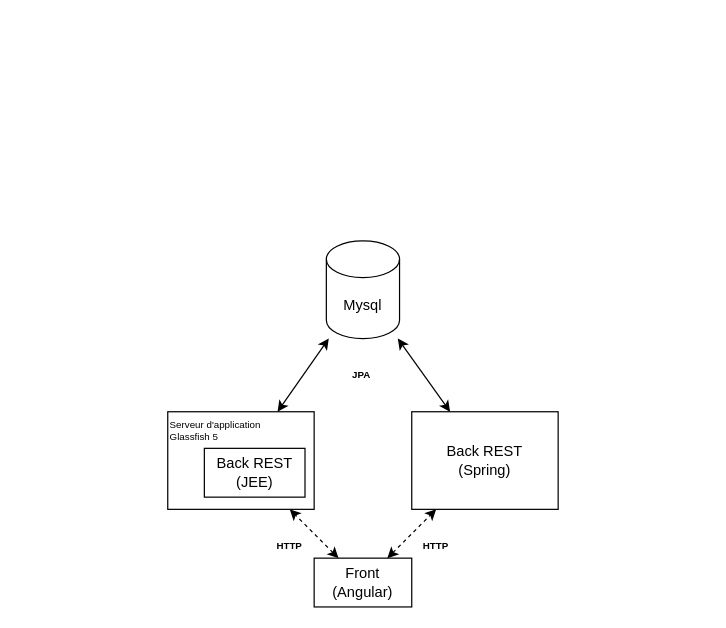
Above: doc/conception/global_architecture.drawio in Reynault/Auction-JEE (draw.io), before the change. Source tidied: cells renumbered, new cells numbered last; positions are measured from the earlier drawing's top-left corner, leaving out a move shared by most shapes. Both pictures are drawn from the tidied source at 122%, with x=0, y=0 at pixel (167, 240).
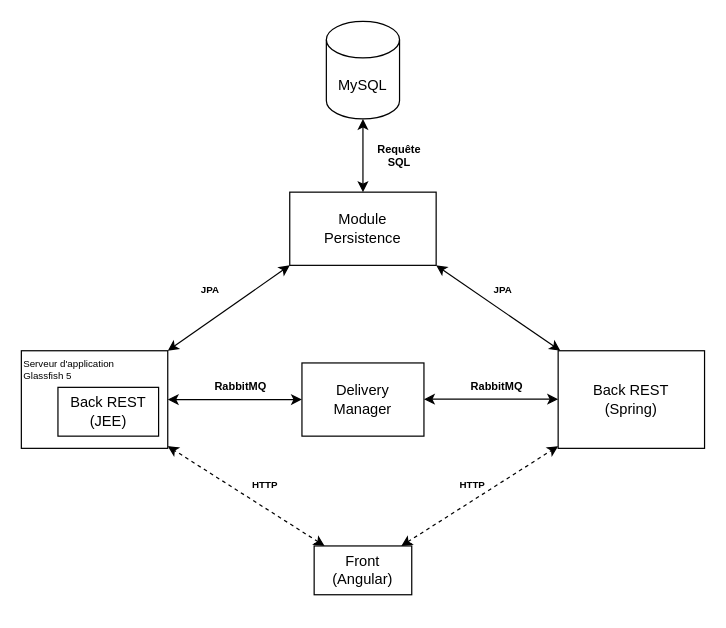
The same page after the edit.

The edit, as a diff of the source:
```diff
@@
     <mxCell id="2" value="Front&lt;br&gt;(Angular)" style="rounded=0;whiteSpace=wrap;html=1;" parent="1" vertex="1">
-      <mxGeometry x="120" y="260" width="80" height="40" as="geometry" />
+      <mxGeometry x="120" y="250" width="80" height="40" as="geometry" />
     </mxCell>
     <mxCell id="3" value="Back REST&lt;br&gt;(Spring)" style="rounded=0;whiteSpace=wrap;html=1;" parent="1" vertex="1">
-      <mxGeometry x="200" y="140" width="120" height="80" as="geometry" />
+      <mxGeometry x="320" y="90" width="120" height="80" as="geometry" />
     </mxCell>
@@
-    <mxCell id="5" value="Mysql" style="shape=cylinder3;whiteSpace=wrap;html=1;boundedLbl=1;backgroundOutline=1;size=15;" parent="1" vertex="1">
-      <mxGeometry x="130" width="60" height="80" as="geometry" />
+    <mxCell id="5" value="MySQL" style="shape=cylinder3;whiteSpace=wrap;html=1;boundedLbl=1;backgroundOutline=1;size=15;" parent="1" vertex="1">
+      <mxGeometry x="130" y="-180" width="60" height="80" as="geometry" />
     </mxCell>
@@
     <mxCell id="7" style="group;" parent="1" vertex="1">
-      <mxGeometry y="140" width="120" height="80" as="geometry" />
+      <mxGeometry x="-50" y="80" width="130" height="80" as="geometry" />
     </mxCell>
     <mxCell id="8" value="Serveur d'application&lt;br style=&quot;font-size: 8px;&quot;&gt;Glassfish 5" style="rounded=0;whiteSpace=wrap;html=1;fontSize=8;align=left;verticalAlign=top;" parent="7" vertex="1">
-      <mxGeometry width="120" height="80" as="geometry" />
+      <mxGeometry x="-70" y="10" width="120" height="80" as="geometry" />
     </mxCell>
     <mxCell id="9" value="Back REST&lt;br&gt;(JEE)" style="rounded=0;whiteSpace=wrap;html=1;" parent="7" vertex="1">
-      <mxGeometry x="30" y="30" width="82.5" height="40" as="geometry" />
+      <mxGeometry x="-40" y="40" width="82.5" height="40" as="geometry" />
     </mxCell>
+    <mxCell id="15" style="endArrow=classic;startArrow=classic;html=1;entryX=0;entryY=0.5;entryDx=0;entryDy=0;" parent="7" edge="1" target="20">
+      <mxGeometry relative="1" as="geometry">
+        <mxPoint x="50" y="50" as="sourcePoint" />
+      </mxGeometry>
+    </mxCell>
+    <mxCell id="16" value="&lt;font style=&quot;font-size: 9px;&quot;&gt;RabbitMQ&lt;/font&gt;" style="text;html=1;strokeColor=none;fillColor=none;align=center;verticalAlign=middle;whiteSpace=wrap;rounded=0;fontSize=9;fontStyle=1;" parent="7" vertex="1">
+      <mxGeometry x="90" y="30" width="40" height="20" as="geometry" />
+    </mxCell>
     <mxCell id="10" value="JPA" style="text;html=1;strokeColor=none;fillColor=none;align=center;verticalAlign=middle;whiteSpace=wrap;rounded=0;fontSize=8;fontStyle=1;" parent="1" vertex="1">
-      <mxGeometry x="144" y="100" width="30" height="20" as="geometry" />
+      <mxGeometry x="20" y="30" width="30" height="20" as="geometry" />
     </mxCell>
     <mxCell id="11" value="HTTP" style="text;html=1;strokeColor=none;fillColor=none;align=center;verticalAlign=middle;whiteSpace=wrap;rounded=0;fontSize=8;fontStyle=1;" parent="1" vertex="1">
-      <mxGeometry x="80" y="240" width="40" height="20" as="geometry" />
+      <mxGeometry x="60" y="190" width="40" height="20" as="geometry" />
     </mxCell>
     <mxCell id="12" value="HTTP" style="text;html=1;strokeColor=none;fillColor=none;align=center;verticalAlign=middle;whiteSpace=wrap;rounded=0;fontSize=8;fontStyle=1;" parent="1" vertex="1">
-      <mxGeometry x="200" y="240" width="40" height="20" as="geometry" />
+      <mxGeometry x="230" y="190" width="40" height="20" as="geometry" />
     </mxCell>
-    <mxCell id="13" style="endArrow=classic;html=1;startArrow=classic;startFill=1;" parent="1" edge="1" source="5" target="3">
+    <mxCell id="13" style="endArrow=classic;html=1;startArrow=classic;startFill=1;exitX=1;exitY=1;exitDx=0;exitDy=0;" parent="1" edge="1" source="17" target="3">
       <mxGeometry relative="1" as="geometry" />
     </mxCell>
-    <mxCell id="14" style="endArrow=classic;html=1;startArrow=classic;startFill=1;entryX=0.75;entryY=0;entryDx=0;entryDy=0;" parent="1" edge="1" source="5" target="8">
+    <mxCell id="14" style="endArrow=classic;html=1;startArrow=classic;startFill=1;entryX=1;entryY=0;entryDx=0;entryDy=0;exitX=0;exitY=1;exitDx=0;exitDy=0;" parent="1" edge="1" source="17" target="8">
       <mxGeometry relative="1" as="geometry" />
     </mxCell>
+    <mxCell id="17" value="Module&lt;br&gt;Persistence" style="rounded=0;whiteSpace=wrap;html=1;" parent="1" vertex="1">
+      <mxGeometry x="100" y="-40" width="120" height="60" as="geometry" />
+    </mxCell>
+    <mxCell id="18" value="JPA" style="text;html=1;strokeColor=none;fillColor=none;align=center;verticalAlign=middle;whiteSpace=wrap;rounded=0;fontSize=8;fontStyle=1;" parent="1" vertex="1">
+      <mxGeometry x="260" y="30" width="30" height="20" as="geometry" />
+    </mxCell>
+    <mxCell id="19" style="endArrow=classic;startArrow=classic;html=1;entryX=0.5;entryY=1;entryDx=0;entryDy=0;entryPerimeter=0;" parent="1" edge="1" target="5">
+      <mxGeometry relative="1" as="geometry">
+        <mxPoint x="160" y="-40" as="sourcePoint" />
+      </mxGeometry>
+    </mxCell>
+    <mxCell id="20" value="Delivery&lt;br&gt;Manager" style="rounded=0;whiteSpace=wrap;html=1;" parent="1" vertex="1">
+      <mxGeometry x="110" y="100" width="100" height="60" as="geometry" />
+    </mxCell>
+    <mxCell id="21" style="endArrow=classic;startArrow=classic;html=1;entryX=0;entryY=0.5;entryDx=0;entryDy=0;" parent="1" edge="1">
+      <mxGeometry relative="1" as="geometry">
+        <mxPoint x="210" y="129.7" as="sourcePoint" />
+        <mxPoint x="320" y="129.7" as="targetPoint" />
+      </mxGeometry>
+    </mxCell>
+    <mxCell id="22" value="&lt;font style=&quot;font-size: 9px;&quot;&gt;RabbitMQ&lt;/font&gt;" style="text;html=1;strokeColor=none;fillColor=none;align=center;verticalAlign=middle;whiteSpace=wrap;rounded=0;fontSize=9;fontStyle=1;" parent="1" vertex="1">
+      <mxGeometry x="250" y="110" width="40" height="20" as="geometry" />
+    </mxCell>
+    <mxCell id="23" value="&lt;b&gt;Requête&lt;br&gt;SQL&lt;/b&gt;" style="text;html=1;strokeColor=none;fillColor=none;align=center;verticalAlign=middle;whiteSpace=wrap;rounded=0;fontSize=9;" parent="1" vertex="1">
+      <mxGeometry x="170" y="-80" width="40" height="20" as="geometry" />
+    </mxCell>
```
